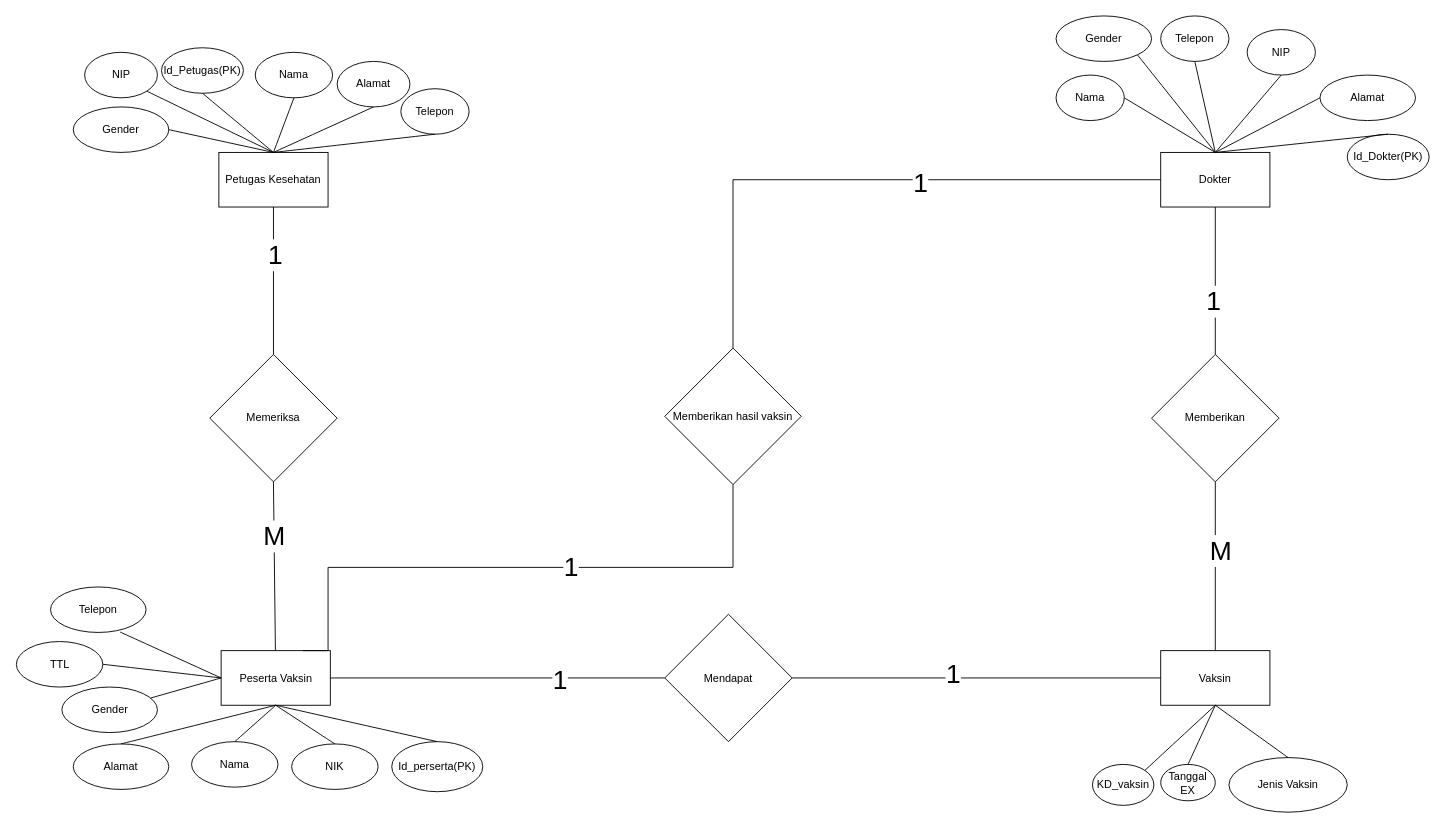
The draw.io diagram page "REVISI" (2 of 6) of ERDtugas.drawio in Malikdeensial/RekammedisRumahsehatXYZ, before the edit. Source tidied: cells renumbered, new cells numbered last; positions are measured from the earlier drawing's top-left corner, leaving out a move shared by most shapes. Both pictures are drawn from the tidied source at 91%, with x=0, y=0 at pixel (16, 15).
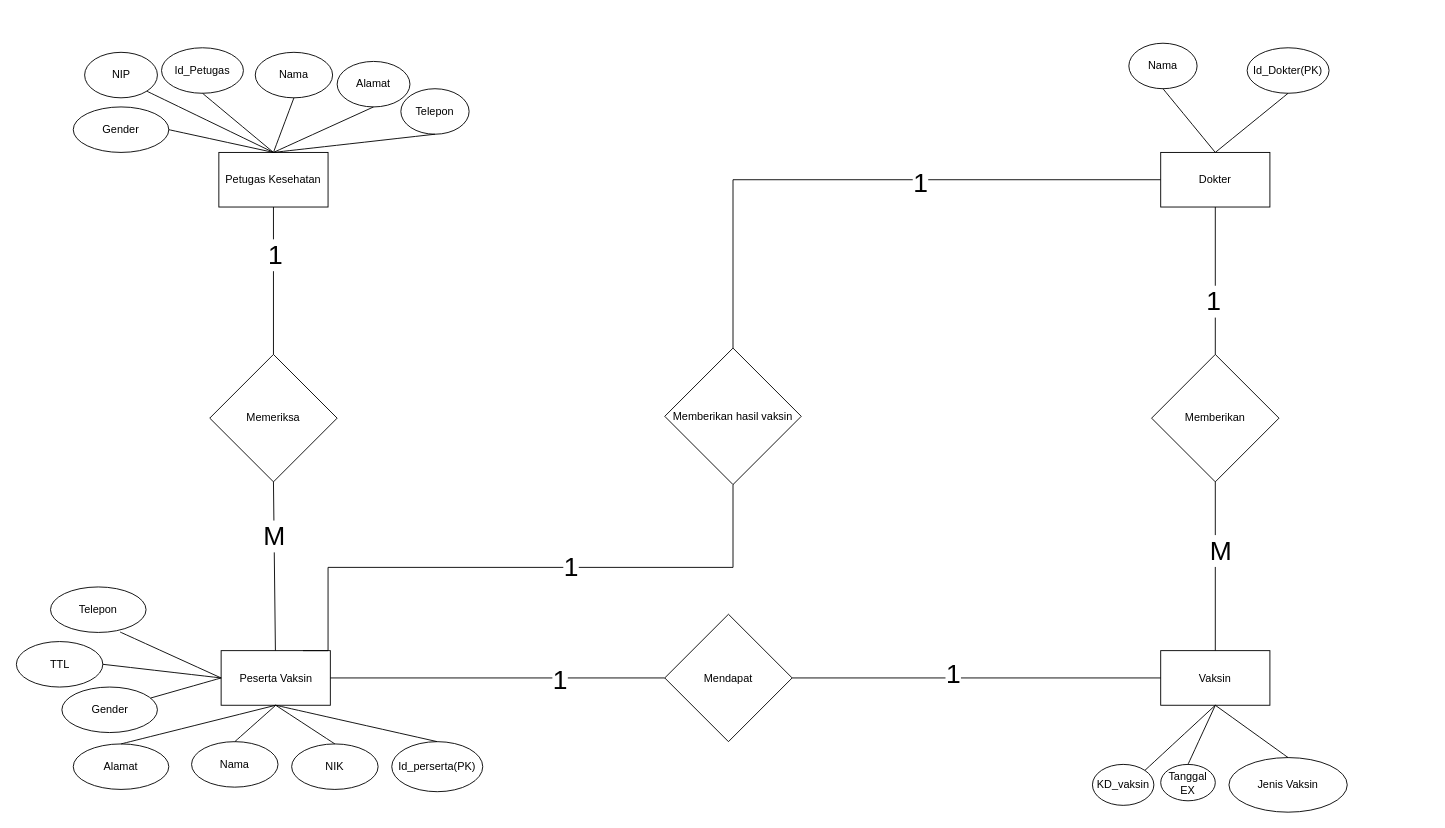
The same page after the edit.

Unchanged cells that the change refers to:
```xml
<mxCell id="2" value="Dokter" style="rounded=0;whiteSpace=wrap;html=1;" parent="1" vertex="1">
  <mxGeometry x="1257" y="150" width="120" height="60" as="geometry" />
</mxCell>
```

What changed in the source:
```diff
@@
-    <mxCell id="3" value="NIP" style="ellipse;whiteSpace=wrap;html=1;" parent="1" vertex="1">
-      <mxGeometry x="1352" y="15" width="75" height="50" as="geometry" />
-    </mxCell>
     <mxCell id="4" value="Nama" style="ellipse;whiteSpace=wrap;html=1;" parent="1" vertex="1">
-      <mxGeometry x="1142" y="65" width="75" height="50" as="geometry" />
+      <mxGeometry x="1222" y="30" width="75" height="50" as="geometry" />
     </mxCell>
-    <mxCell id="5" value="Telepon" style="ellipse;whiteSpace=wrap;html=1;" parent="1" vertex="1">
-      <mxGeometry x="1257" width="75" height="50" as="geometry" />
-    </mxCell>
     <mxCell id="6" value="Id_Dokter(PK)" style="ellipse;whiteSpace=wrap;html=1;" parent="1" vertex="1">
-      <mxGeometry x="1462" y="130" width="90" height="50" as="geometry" />
+      <mxGeometry x="1352" y="35" width="90" height="50" as="geometry" />
     </mxCell>
-    <mxCell id="7" value="Gender" style="ellipse;whiteSpace=wrap;html=1;" parent="1" vertex="1">
-      <mxGeometry x="1142" width="105" height="50" as="geometry" />
-    </mxCell>
-    <mxCell id="8" value="Alamat" style="ellipse;whiteSpace=wrap;html=1;" parent="1" vertex="1">
-      <mxGeometry x="1432" y="65" width="105" height="50" as="geometry" />
-    </mxCell>
-    <mxCell id="9" style="endArrow=none;html=1;strokeColor=default;curved=1;exitX=1;exitY=1;exitDx=0;exitDy=0;entryX=0.5;entryY=0;entryDx=0;entryDy=0;" parent="1" edge="1" source="7" target="2">
-      <mxGeometry relative="1" as="geometry" />
-    </mxCell>
-    <mxCell id="10" style="endArrow=none;html=1;strokeColor=default;curved=1;exitX=0.5;exitY=1;exitDx=0;exitDy=0;entryX=0.5;entryY=0;entryDx=0;entryDy=0;" parent="1" edge="1" source="5" target="2">
-      <mxGeometry relative="1" as="geometry" />
-    </mxCell>
-    <mxCell id="11" style="endArrow=none;html=1;strokeColor=default;curved=1;exitX=1;exitY=0.5;exitDx=0;exitDy=0;entryX=0.5;entryY=0;entryDx=0;entryDy=0;" parent="1" edge="1" source="4" target="2">
+    <mxCell id="11" style="endArrow=none;html=1;strokeColor=default;curved=1;exitX=0.5;exitY=1;exitDx=0;exitDy=0;entryX=0.5;entryY=0;entryDx=0;entryDy=0;" parent="1" edge="1" source="4" target="2">
       <mxGeometry relative="1" as="geometry" />
     </mxCell>
-    <mxCell id="12" style="endArrow=none;html=1;strokeColor=default;curved=1;exitX=0.5;exitY=1;exitDx=0;exitDy=0;entryX=0.5;entryY=0;entryDx=0;entryDy=0;" parent="1" edge="1" source="3" target="2">
-      <mxGeometry relative="1" as="geometry" />
-    </mxCell>
-    <mxCell id="13" style="endArrow=none;html=1;strokeColor=default;curved=1;entryX=0.5;entryY=0;entryDx=0;entryDy=0;exitX=0.5;exitY=0;exitDx=0;exitDy=0;" parent="1" edge="1" source="6" target="2">
+    <mxCell id="13" style="endArrow=none;html=1;strokeColor=default;curved=1;entryX=0.5;entryY=0;entryDx=0;entryDy=0;exitX=0.5;exitY=1;exitDx=0;exitDy=0;" parent="1" edge="1" source="6" target="2">
       <mxGeometry relative="1" as="geometry" />
     </mxCell>
-    <mxCell id="14" style="endArrow=none;html=1;strokeColor=default;curved=1;entryX=0.5;entryY=0;entryDx=0;entryDy=0;exitX=0;exitY=0.5;exitDx=0;exitDy=0;" parent="1" edge="1" source="8" target="2">
-      <mxGeometry relative="1" as="geometry" />
-    </mxCell>
@@
-    <mxCell id="17" value="Id_Petugas(PK)" style="ellipse;whiteSpace=wrap;html=1;" parent="1" vertex="1">
+    <mxCell id="17" value="Id_Petugas" style="ellipse;whiteSpace=wrap;html=1;" parent="1" vertex="1">
       <mxGeometry x="159" y="35" width="90" height="50" as="geometry" />
     </mxCell>
```
